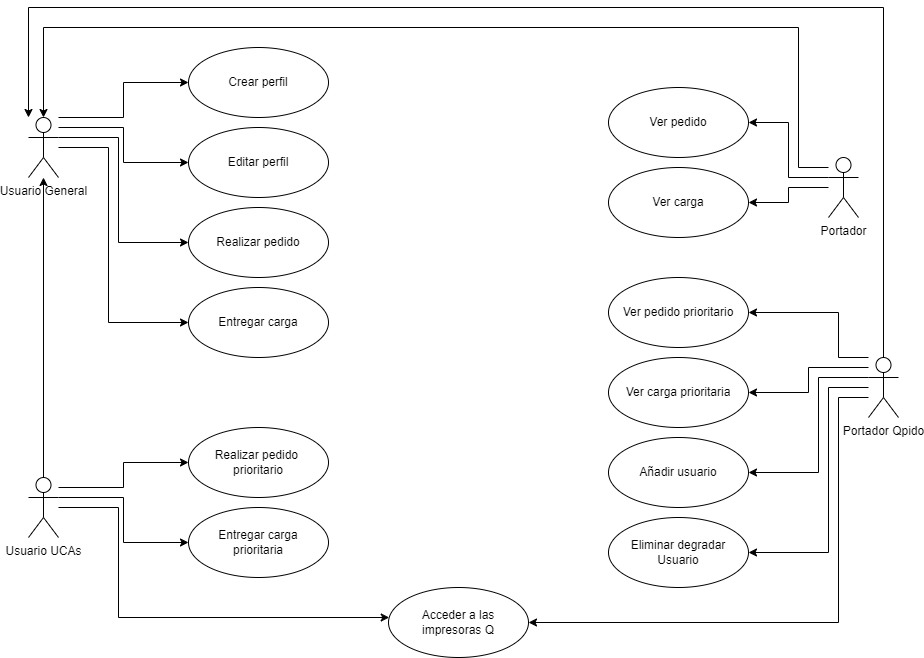
eduardosmoralesglez/Proyecto-UCAs keeps this draw.io diagram as docs/diseno/casos-de-uso-proyecto.png. Above is the earlier version. Source tidied: cells renumbered, new cells last; positions are measured from the earlier drawing's top-left corner, leaving out a move shared by most shapes.
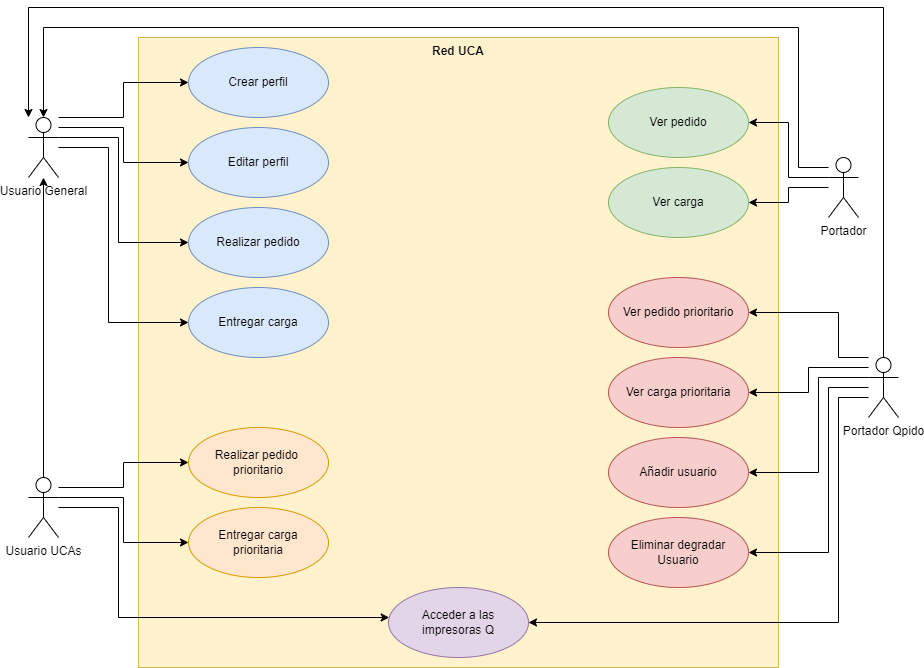
Above is the later version.

Diff of the diagram source:
```diff
@@ -2,6 +2,9 @@
   <root>
     <mxCell id="0" />
     <mxCell id="1" parent="0" />
+    <mxCell id="36" value="Red UCA" style="shape=rect;html=1;verticalAlign=top;fontStyle=1;whiteSpace=wrap;align=center;fillColor=#fff2cc;strokeColor=#d6b656;" parent="1" vertex="1">
+      <mxGeometry x="110" y="30" width="640" height="630" as="geometry" />
+    </mxCell>
     <mxCell id="2" style="edgeStyle=orthogonalEdgeStyle;rounded=0;jettySize=auto;html=1;" parent="1" edge="1" source="6" target="23">
       <mxGeometry relative="1" as="geometry">
         <Array as="points">
@@ -141,43 +144,43 @@
     <mxCell id="22" value="Portador Qpido" style="shape=umlActor;html=1;verticalLabelPosition=bottom;verticalAlign=top;align=center;" parent="1" vertex="1">
       <mxGeometry x="840" y="350" width="30" height="60" as="geometry" />
     </mxCell>
-    <mxCell id="23" value="&lt;div&gt;Crear perfil&lt;/div&gt;" style="ellipse;whiteSpace=wrap;html=1;" parent="1" vertex="1">
+    <mxCell id="23" value="&lt;div&gt;Crear perfil&lt;/div&gt;" style="ellipse;whiteSpace=wrap;html=1;fillColor=#dae8fc;strokeColor=#6c8ebf;" parent="1" vertex="1">
       <mxGeometry x="160" y="40" width="140" height="70" as="geometry" />
     </mxCell>
-    <mxCell id="24" value="Editar perfil" style="ellipse;whiteSpace=wrap;html=1;" parent="1" vertex="1">
+    <mxCell id="24" value="Editar perfil" style="ellipse;whiteSpace=wrap;html=1;fillColor=#dae8fc;strokeColor=#6c8ebf;" parent="1" vertex="1">
       <mxGeometry x="160" y="120" width="140" height="70" as="geometry" />
     </mxCell>
-    <mxCell id="25" value="Realizar pedido" style="ellipse;whiteSpace=wrap;html=1;" parent="1" vertex="1">
+    <mxCell id="25" value="Realizar pedido" style="ellipse;whiteSpace=wrap;html=1;fillColor=#dae8fc;strokeColor=#6c8ebf;" parent="1" vertex="1">
       <mxGeometry x="160" y="200" width="140" height="70" as="geometry" />
     </mxCell>
-    <mxCell id="26" value="Entregar carga" style="ellipse;whiteSpace=wrap;html=1;" parent="1" vertex="1">
+    <mxCell id="26" value="Entregar carga" style="ellipse;whiteSpace=wrap;html=1;fillColor=#dae8fc;strokeColor=#6c8ebf;" parent="1" vertex="1">
       <mxGeometry x="160" y="280" width="140" height="70" as="geometry" />
     </mxCell>
-    <mxCell id="27" value="&lt;div&gt;Realizar pedido&amp;nbsp;&lt;/div&gt;&lt;div&gt;prioritario&lt;/div&gt;" style="ellipse;whiteSpace=wrap;html=1;" parent="1" vertex="1">
+    <mxCell id="27" value="&lt;div&gt;Realizar pedido&amp;nbsp;&lt;/div&gt;&lt;div&gt;prioritario&lt;/div&gt;" style="ellipse;whiteSpace=wrap;html=1;fillColor=#ffe6cc;strokeColor=#d79b00;" parent="1" vertex="1">
       <mxGeometry x="160" y="420" width="140" height="70" as="geometry" />
     </mxCell>
-    <mxCell id="28" value="&lt;div&gt;Entregar carga &lt;br&gt;&lt;/div&gt;&lt;div&gt;prioritaria&lt;/div&gt;" style="ellipse;whiteSpace=wrap;html=1;" parent="1" vertex="1">
+    <mxCell id="28" value="&lt;div&gt;Entregar carga &lt;br&gt;&lt;/div&gt;&lt;div&gt;prioritaria&lt;/div&gt;" style="ellipse;whiteSpace=wrap;html=1;fillColor=#ffe6cc;strokeColor=#d79b00;" parent="1" vertex="1">
       <mxGeometry x="160" y="500" width="140" height="70" as="geometry" />
     </mxCell>
-    <mxCell id="29" value="Acceder a las&lt;div&gt;impresoras Q&lt;/div&gt;" style="ellipse;whiteSpace=wrap;html=1;" parent="1" vertex="1">
+    <mxCell id="29" value="Acceder a las&lt;div&gt;impresoras Q&lt;/div&gt;" style="ellipse;whiteSpace=wrap;html=1;fillColor=#e1d5e7;strokeColor=#9673a6;" parent="1" vertex="1">
       <mxGeometry x="360" y="580" width="140" height="70" as="geometry" />
     </mxCell>
-    <mxCell id="30" value="Ver pedido" style="ellipse;whiteSpace=wrap;html=1;" parent="1" vertex="1">
+    <mxCell id="30" value="Ver pedido" style="ellipse;whiteSpace=wrap;html=1;fillColor=#d5e8d4;strokeColor=#82b366;" parent="1" vertex="1">
       <mxGeometry x="580" y="80" width="140" height="70" as="geometry" />
     </mxCell>
-    <mxCell id="31" value="Ver carga" style="ellipse;whiteSpace=wrap;html=1;" parent="1" vertex="1">
+    <mxCell id="31" value="Ver carga" style="ellipse;whiteSpace=wrap;html=1;fillColor=#d5e8d4;strokeColor=#82b366;" parent="1" vertex="1">
       <mxGeometry x="580" y="160" width="140" height="70" as="geometry" />
     </mxCell>
-    <mxCell id="32" value="Ver carga prioritaria" style="ellipse;whiteSpace=wrap;html=1;" parent="1" vertex="1">
+    <mxCell id="32" value="Ver carga prioritaria" style="ellipse;whiteSpace=wrap;html=1;fillColor=#f8cecc;strokeColor=#b85450;" parent="1" vertex="1">
       <mxGeometry x="580" y="350" width="140" height="70" as="geometry" />
     </mxCell>
-    <mxCell id="33" value="Ver pedido prioritario" style="ellipse;whiteSpace=wrap;html=1;" parent="1" vertex="1">
+    <mxCell id="33" value="Ver pedido prioritario" style="ellipse;whiteSpace=wrap;html=1;fillColor=#f8cecc;strokeColor=#b85450;" parent="1" vertex="1">
       <mxGeometry x="580" y="270" width="140" height="70" as="geometry" />
     </mxCell>
-    <mxCell id="34" value="Añadir usuario" style="ellipse;whiteSpace=wrap;html=1;" parent="1" vertex="1">
+    <mxCell id="34" value="Añadir usuario" style="ellipse;whiteSpace=wrap;html=1;fillColor=#f8cecc;strokeColor=#b85450;" parent="1" vertex="1">
       <mxGeometry x="580" y="430" width="140" height="70" as="geometry" />
     </mxCell>
-    <mxCell id="35" value="Eliminar degradar&lt;div&gt;Usuario&lt;/div&gt;" style="ellipse;whiteSpace=wrap;html=1;" parent="1" vertex="1">
+    <mxCell id="35" value="Eliminar degradar&lt;div&gt;Usuario&lt;/div&gt;" style="ellipse;whiteSpace=wrap;html=1;fillColor=#f8cecc;strokeColor=#b85450;" parent="1" vertex="1">
       <mxGeometry x="580" y="510" width="140" height="70" as="geometry" />
     </mxCell>
   </root>
```
